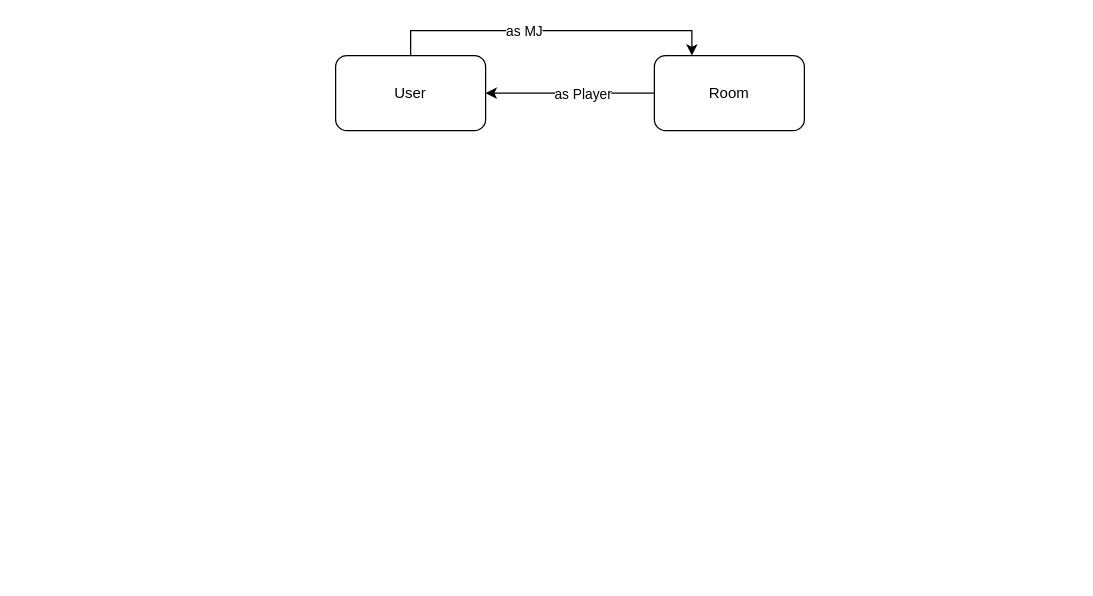
This is page "Domain" (3 of 3) of archi.dio from Atalykis/JDR-Project-back, a draw.io file, before an edit. Source tidied: cells renumbered, new cells numbered last; positions are measured from the earlier drawing's top-left corner, leaving out a move shared by most shapes. Both pictures are drawn from the tidied source at 125%, with x=0, y=0 at pixel (335, 30).
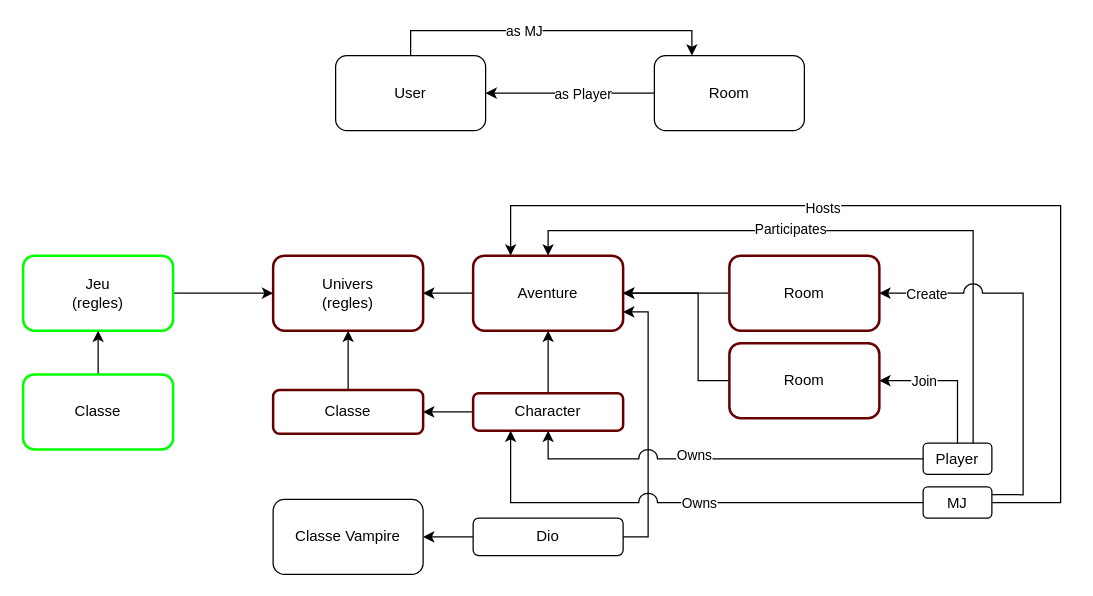
Above is the later version.

What changed in the source:
```diff
@@
+    <mxCell id="8" style="edgeStyle=orthogonalEdgeStyle;rounded=0;jettySize=auto;html=1;" parent="1" edge="1" source="9" target="14">
+      <mxGeometry relative="1" as="geometry" />
+    </mxCell>
+    <mxCell id="9" value="Aventure" style="rounded=1;whiteSpace=wrap;html=1;strokeWidth=2;strokeColor=#660000;" parent="1" vertex="1">
+      <mxGeometry x="110" y="180" width="120" height="60" as="geometry" />
+    </mxCell>
+    <mxCell id="10" style="edgeStyle=orthogonalEdgeStyle;rounded=0;jettySize=auto;html=1;" parent="1" edge="1" source="11" target="9">
+      <mxGeometry relative="1" as="geometry" />
+    </mxCell>
+    <mxCell id="11" value="Room" style="rounded=1;whiteSpace=wrap;html=1;strokeWidth=2;strokeColor=#660000;" parent="1" vertex="1">
+      <mxGeometry x="315" y="180" width="120" height="60" as="geometry" />
+    </mxCell>
+    <mxCell id="12" style="edgeStyle=orthogonalEdgeStyle;rounded=0;jettySize=auto;html=1;entryX=1;entryY=0.5;entryDx=0;entryDy=0;" parent="1" edge="1" source="13" target="9">
+      <mxGeometry relative="1" as="geometry">
+        <Array as="points">
+          <mxPoint x="290" y="280" />
+          <mxPoint x="290" y="210" />
+        </Array>
+      </mxGeometry>
+    </mxCell>
+    <mxCell id="13" value="Room" style="rounded=1;whiteSpace=wrap;html=1;strokeWidth=2;strokeColor=#660000;" parent="1" vertex="1">
+      <mxGeometry x="315" y="250" width="120" height="60" as="geometry" />
+    </mxCell>
+    <mxCell id="14" value="Univers&lt;br&gt;(regles)" style="rounded=1;whiteSpace=wrap;html=1;strokeWidth=2;strokeColor=#660000;" parent="1" vertex="1">
+      <mxGeometry x="-50" y="180" width="120" height="60" as="geometry" />
+    </mxCell>
+    <mxCell id="15" style="edgeStyle=orthogonalEdgeStyle;rounded=0;jettySize=auto;html=1;entryX=0.5;entryY=1;entryDx=0;entryDy=0;" parent="1" edge="1" source="17" target="9">
+      <mxGeometry relative="1" as="geometry" />
+    </mxCell>
+    <mxCell id="16" style="edgeStyle=orthogonalEdgeStyle;rounded=0;jettySize=auto;html=1;" parent="1" edge="1" source="17" target="22">
+      <mxGeometry relative="1" as="geometry" />
+    </mxCell>
+    <mxCell id="17" value="Character" style="rounded=1;whiteSpace=wrap;html=1;strokeWidth=2;strokeColor=#660000;" parent="1" vertex="1">
+      <mxGeometry x="110" y="290" width="120" height="30" as="geometry" />
+    </mxCell>
+    <mxCell id="18" style="edgeStyle=orthogonalEdgeStyle;rounded=0;jettySize=auto;html=1;exitX=1;exitY=0.5;exitDx=0;exitDy=0;entryX=1;entryY=0.75;entryDx=0;entryDy=0;" parent="1" edge="1" source="20" target="9">
+      <mxGeometry relative="1" as="geometry" />
+    </mxCell>
+    <mxCell id="19" style="edgeStyle=orthogonalEdgeStyle;rounded=0;jettySize=auto;html=1;" parent="1" edge="1" source="20" target="23">
+      <mxGeometry relative="1" as="geometry" />
+    </mxCell>
+    <mxCell id="20" value="Dio" style="rounded=1;whiteSpace=wrap;html=1;" parent="1" vertex="1">
+      <mxGeometry x="110" y="390" width="120" height="30" as="geometry" />
+    </mxCell>
+    <mxCell id="21" style="edgeStyle=orthogonalEdgeStyle;rounded=0;jettySize=auto;html=1;" parent="1" edge="1" source="22" target="14">
+      <mxGeometry relative="1" as="geometry" />
+    </mxCell>
+    <mxCell id="22" value="Classe" style="rounded=1;whiteSpace=wrap;html=1;strokeWidth=2;strokeColor=#660000;" parent="1" vertex="1">
+      <mxGeometry x="-50" y="287.5" width="120" height="35" as="geometry" />
+    </mxCell>
+    <mxCell id="23" value="Classe Vampire" style="rounded=1;whiteSpace=wrap;html=1;" parent="1" vertex="1">
+      <mxGeometry x="-50" y="375" width="120" height="60" as="geometry" />
+    </mxCell>
+    <mxCell id="24" style="edgeStyle=orthogonalEdgeStyle;rounded=0;jettySize=auto;html=1;" parent="1" edge="1" source="25" target="14">
+      <mxGeometry relative="1" as="geometry" />
+    </mxCell>
+    <mxCell id="25" value="Jeu&lt;br&gt;(regles)" style="rounded=1;whiteSpace=wrap;html=1;strokeColor=#00FF00;strokeWidth=2;" parent="1" vertex="1">
+      <mxGeometry x="-250" y="180" width="120" height="60" as="geometry" />
+    </mxCell>
+    <mxCell id="26" style="edgeStyle=orthogonalEdgeStyle;rounded=0;jettySize=auto;html=1;" parent="1" edge="1" source="27" target="25">
+      <mxGeometry relative="1" as="geometry" />
+    </mxCell>
+    <mxCell id="27" value="Classe" style="rounded=1;whiteSpace=wrap;html=1;strokeColor=#00FF00;strokeWidth=2;" parent="1" vertex="1">
+      <mxGeometry x="-250" y="275" width="120" height="60" as="geometry" />
+    </mxCell>
+    <mxCell id="28" style="edgeStyle=orthogonalEdgeStyle;rounded=0;jettySize=auto;html=1;entryX=0.5;entryY=1;entryDx=0;entryDy=0;jumpStyle=arc;jumpSize=15;" parent="1" edge="1" source="34" target="17">
+      <mxGeometry relative="1" as="geometry" />
+    </mxCell>
+    <mxCell id="29" value="Owns" style="edgeLabel;html=1;align=center;verticalAlign=middle;" parent="28" vertex="1">
+      <mxGeometry x="0.14" y="-3" relative="1" as="geometry" />
+    </mxCell>
+    <mxCell id="30" style="edgeStyle=orthogonalEdgeStyle;rounded=0;jettySize=auto;html=1;entryX=0.5;entryY=0;entryDx=0;entryDy=0;" parent="1" edge="1" source="34" target="9">
+      <mxGeometry relative="1" as="geometry">
+        <Array as="points">
+          <mxPoint x="510" y="160" />
+          <mxPoint x="170" y="160" />
+        </Array>
+      </mxGeometry>
+    </mxCell>
+    <mxCell id="31" value="Participates" style="edgeLabel;html=1;align=center;verticalAlign=middle;" parent="30" vertex="1">
+      <mxGeometry x="0.2" y="-2" relative="1" as="geometry">
+        <mxPoint x="1" as="offset" />
+      </mxGeometry>
+    </mxCell>
+    <mxCell id="32" style="edgeStyle=orthogonalEdgeStyle;rounded=0;jettySize=auto;html=1;entryX=1;entryY=0.5;entryDx=0;entryDy=0;jumpStyle=arc;" parent="1" edge="1" source="34" target="13">
+      <mxGeometry relative="1" as="geometry">
+        <Array as="points">
+          <mxPoint x="498" y="280" />
+        </Array>
+      </mxGeometry>
+    </mxCell>
+    <mxCell id="33" value="Join" style="edgeLabel;html=1;align=center;verticalAlign=middle;" parent="32" vertex="1">
+      <mxGeometry x="0.75" y="1" relative="1" as="geometry">
+        <mxPoint x="21" y="-1" as="offset" />
+      </mxGeometry>
+    </mxCell>
+    <mxCell id="34" value="Player" style="rounded=1;whiteSpace=wrap;html=1;" parent="1" vertex="1">
+      <mxGeometry x="470" y="330" width="55" height="25" as="geometry" />
+    </mxCell>
+    <mxCell id="35" style="edgeStyle=orthogonalEdgeStyle;rounded=0;jettySize=auto;html=1;entryX=0.25;entryY=1;entryDx=0;entryDy=0;jumpStyle=arc;jumpSize=15;" parent="1" edge="1" source="41" target="17">
+      <mxGeometry relative="1" as="geometry">
+        <Array as="points">
+          <mxPoint x="140" y="378" />
+        </Array>
+      </mxGeometry>
+    </mxCell>
+    <mxCell id="36" value="Owns" style="edgeLabel;html=1;align=center;verticalAlign=middle;" parent="35" vertex="1">
+      <mxGeometry y="-2" relative="1" as="geometry">
+        <mxPoint x="14" y="2" as="offset" />
+      </mxGeometry>
+    </mxCell>
+    <mxCell id="37" style="edgeStyle=orthogonalEdgeStyle;rounded=0;jettySize=auto;html=1;exitX=1;exitY=0.5;exitDx=0;exitDy=0;entryX=0.25;entryY=0;entryDx=0;entryDy=0;" parent="1" edge="1" source="41" target="9">
+      <mxGeometry relative="1" as="geometry">
+        <Array as="points">
+          <mxPoint x="580" y="378" />
+          <mxPoint x="580" y="140" />
+          <mxPoint x="140" y="140" />
+        </Array>
+      </mxGeometry>
+    </mxCell>
+    <mxCell id="38" value="Hosts" style="edgeLabel;html=1;align=center;verticalAlign=middle;" parent="37" vertex="1">
+      <mxGeometry x="0.25" y="1" relative="1" as="geometry" />
+    </mxCell>
+    <mxCell id="39" style="edgeStyle=orthogonalEdgeStyle;rounded=0;jettySize=auto;html=1;exitX=1;exitY=0.25;exitDx=0;exitDy=0;entryX=1;entryY=0.5;entryDx=0;entryDy=0;jumpStyle=arc;jumpSize=15;" parent="1" edge="1" source="41" target="11">
+      <mxGeometry relative="1" as="geometry">
+        <Array as="points">
+          <mxPoint x="550" y="371" />
+          <mxPoint x="550" y="210" />
+        </Array>
+      </mxGeometry>
+    </mxCell>
+    <mxCell id="40" value="Create" style="edgeLabel;html=1;align=center;verticalAlign=middle;" parent="39" vertex="1">
+      <mxGeometry x="0.46" y="-1" relative="1" as="geometry">
+        <mxPoint x="-44" y="1" as="offset" />
+      </mxGeometry>
+    </mxCell>
+    <mxCell id="41" value="MJ" style="rounded=1;whiteSpace=wrap;html=1;" parent="1" vertex="1">
+      <mxGeometry x="470" y="365" width="55" height="25" as="geometry" />
+    </mxCell>
```
